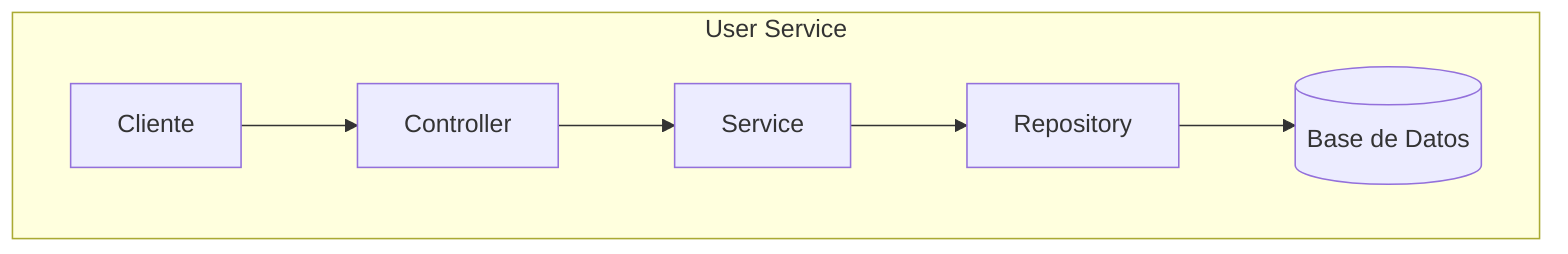
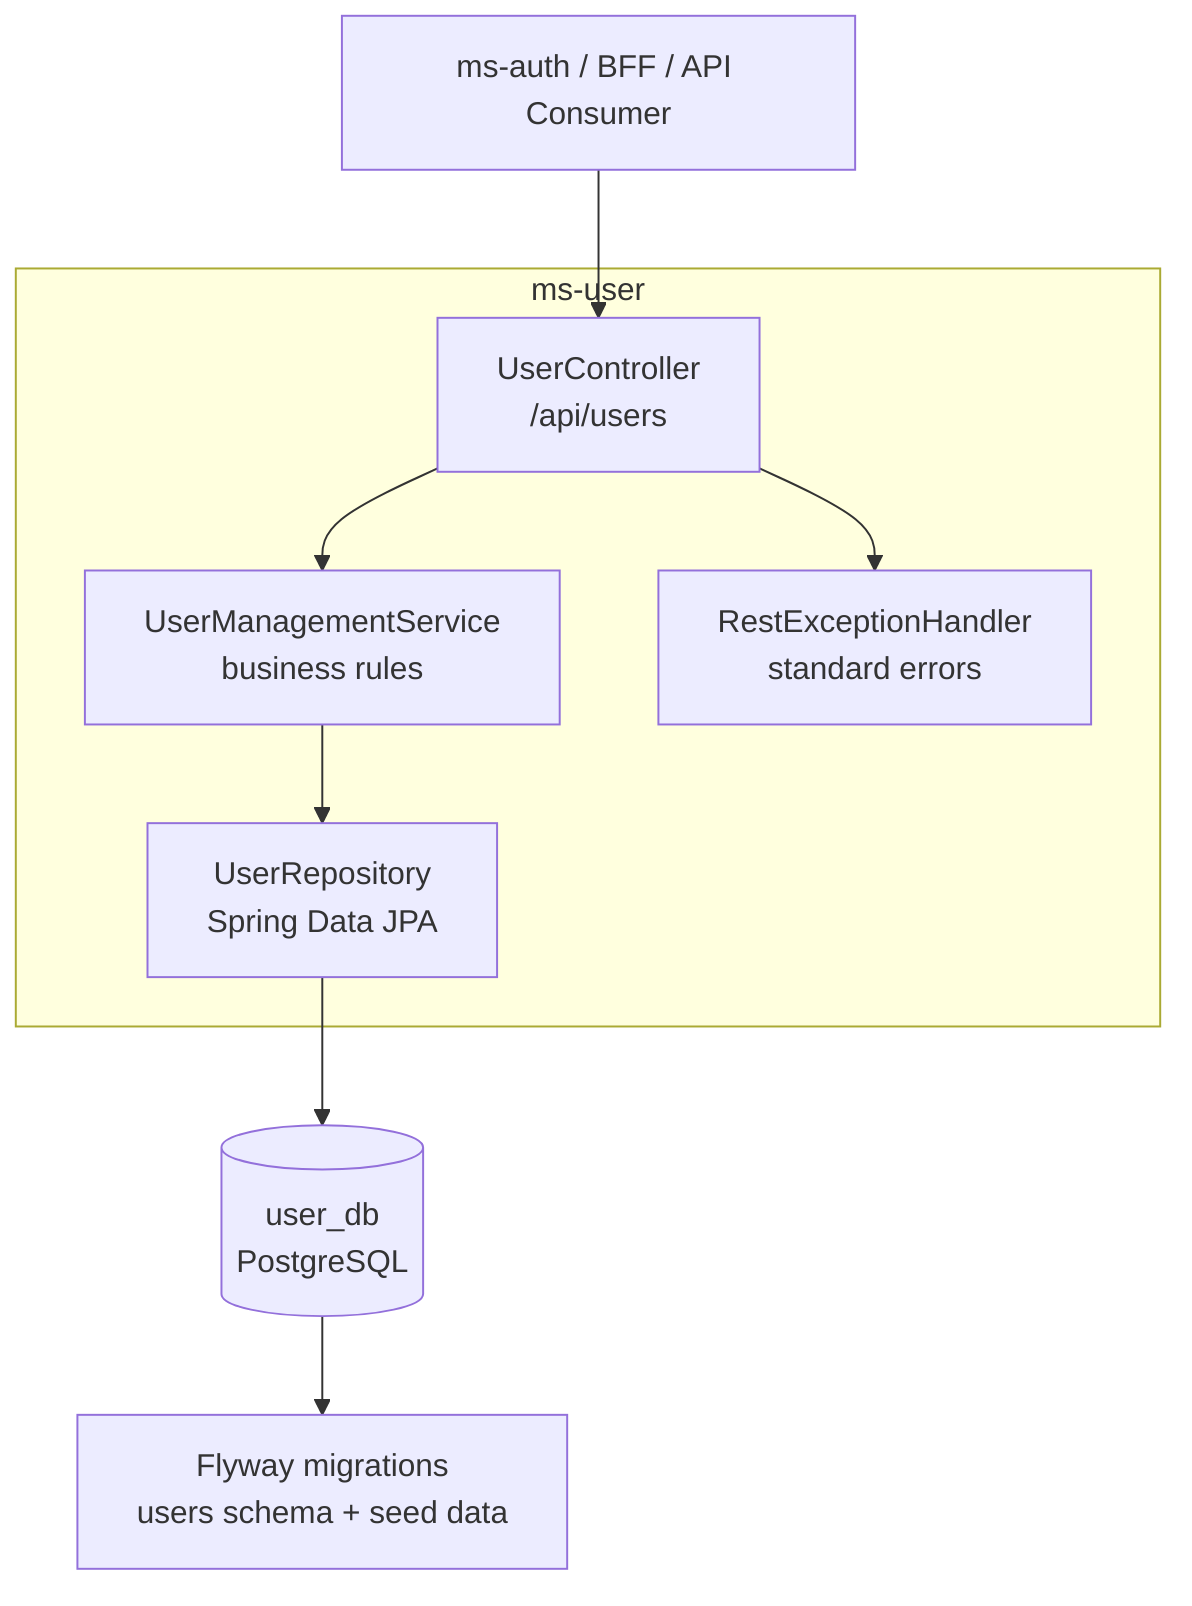
flowchart TB
-   subgraph User_Service["User Service"]
-     A[Cliente] --> B[Controller]
-     B --> C[Service]
-     C --> D[Repository]
-     D --> E[(Base de Datos)]
+   Client["ms-auth / BFF / API Consumer"] --> Controller["UserController\n/api/users"]
+ 
+   subgraph UserService["ms-user"]
+     Controller --> Service["UserManagementService\nbusiness rules"]
+     Service --> Repository["UserRepository\nSpring Data JPA"]
+     Controller --> Handler["RestExceptionHandler\nstandard errors"]
  end
+ 
+   Repository --> UserDb[("user_db\nPostgreSQL")]
+   UserDb --> Flyway["Flyway migrations\nusers schema + seed data"]
